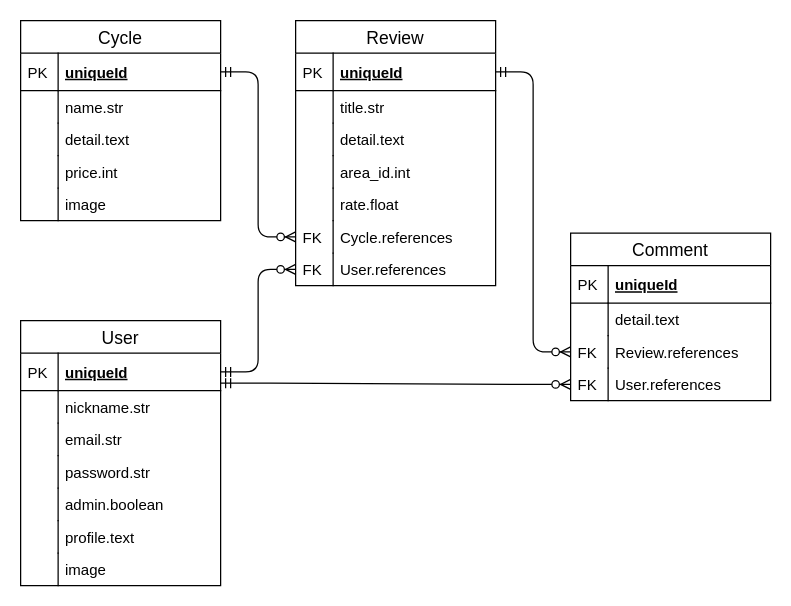
Above: er.drawio in mikujo/share-cycle (draw.io), before the change. Source tidied: cells renumbered, new cells numbered last; positions are measured from the earlier drawing's top-left corner, leaving out a move shared by most shapes. Both pictures are drawn from the tidied source at 125%, with x=0, y=0 at pixel (20, 20).
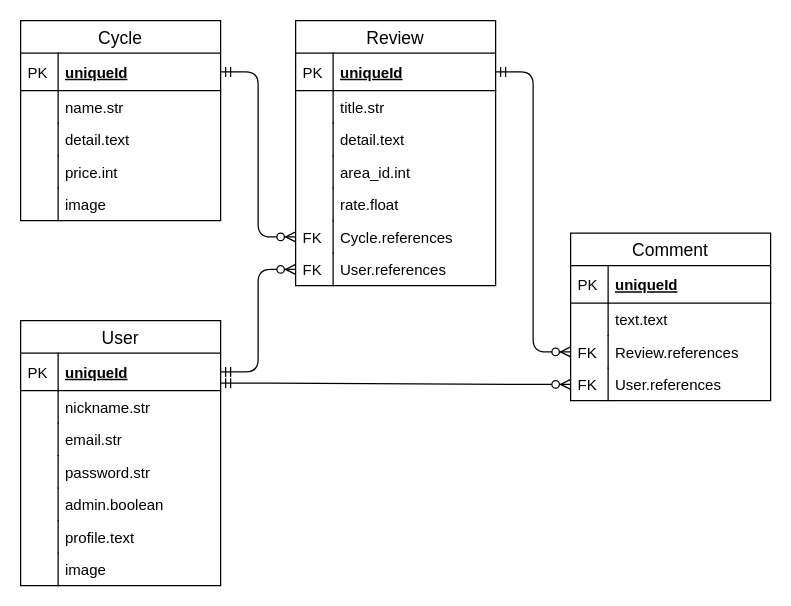
The same page after the edit.

Unchanged cells that the change refers to:
```xml
<mxCell id="21" value="Comment" style="swimlane;fontStyle=0;horizontal=1;startSize=26;align=center;fontSize=14;" parent="1" vertex="1">
  <mxGeometry x="440" y="170" width="160" height="134" as="geometry" />
</mxCell>
```

Change to the diagram source:
```diff
@@
-    <mxCell id="24" value="detail.text" style="shape=partialRectangle;top=0;left=0;right=0;bottom=0;align=left;verticalAlign=top;fillColor=none;spacingLeft=34;spacingRight=4;overflow=hidden;fontSize=12;" parent="21" vertex="1">
+    <mxCell id="24" value="text.text" style="shape=partialRectangle;top=0;left=0;right=0;bottom=0;align=left;verticalAlign=top;fillColor=none;spacingLeft=34;spacingRight=4;overflow=hidden;fontSize=12;" parent="21" vertex="1">
       <mxGeometry y="56" width="160" height="26" as="geometry" />
     </mxCell>
```
